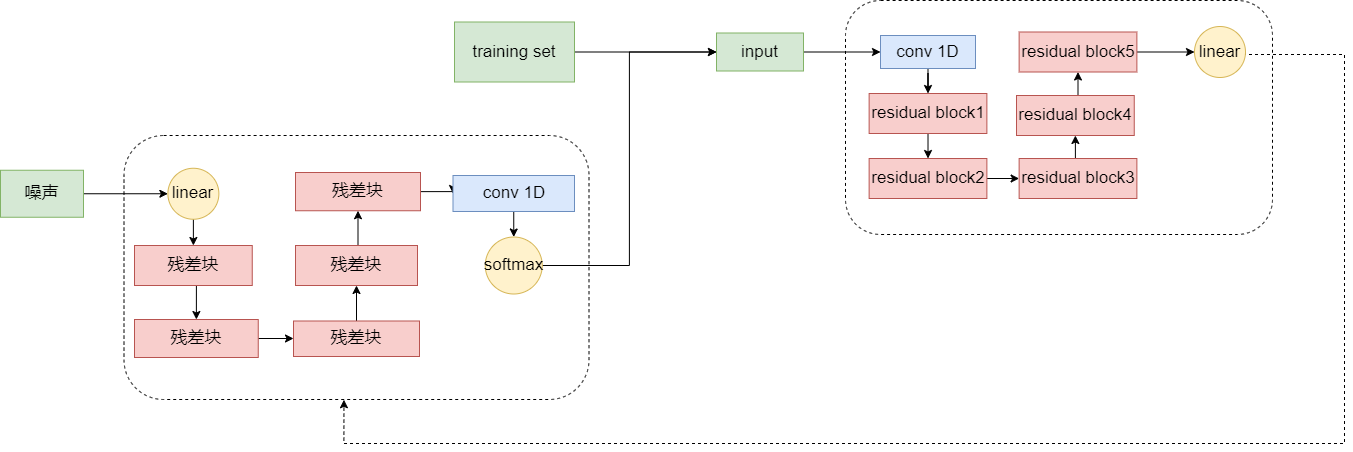
lakomi/pictures keeps this draw.io diagram as passgan-structure.drawio.png. Above is the earlier version. Source tidied: cells renumbered, new cells last; positions are measured from the earlier drawing's top-left corner, leaving out a move shared by most shapes.
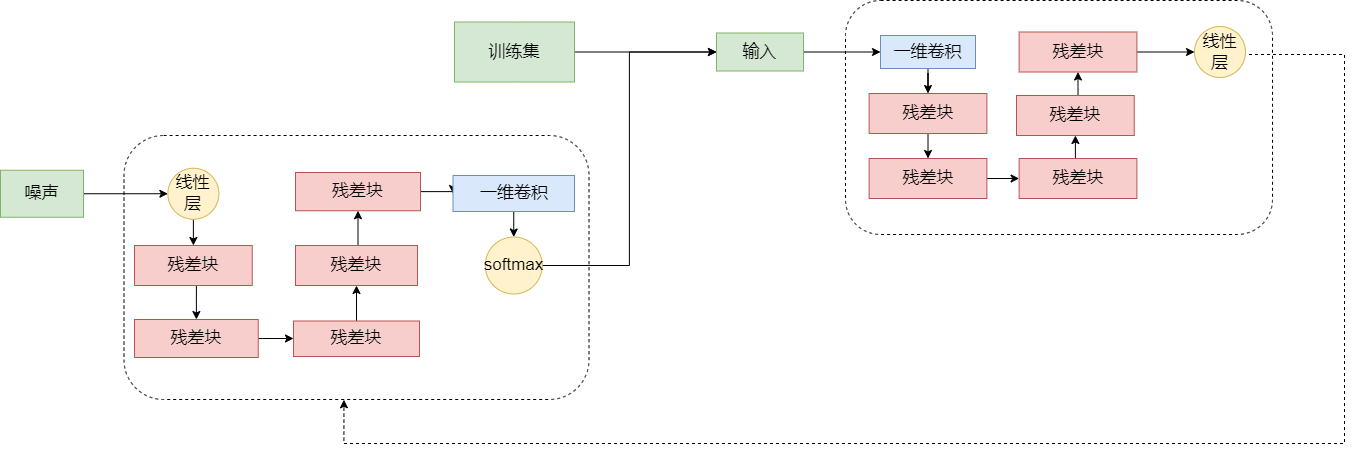
The same diagram one commit later.

Diff of the diagram source:
```diff
@@ -14,7 +14,7 @@
     <mxCell id="5" style="edgeStyle=orthogonalEdgeStyle;rounded=0;jettySize=auto;html=1;exitX=0.5;exitY=1;exitDx=0;exitDy=0;entryX=0.5;entryY=0;entryDx=0;entryDy=0;fontSize=17;" parent="1" edge="1" source="6" target="8">
       <mxGeometry relative="1" as="geometry" />
     </mxCell>
-    <mxCell id="6" value="linear" style="ellipse;whiteSpace=wrap;html=1;fontSize=17;fillColor=#fff2cc;strokeColor=#d6b656;" parent="1" vertex="1">
+    <mxCell id="6" value="线性层" style="ellipse;whiteSpace=wrap;html=1;fontSize=17;fillColor=#fff2cc;strokeColor=#d6b656;" parent="1" vertex="1">
       <mxGeometry x="167.4" y="167.8" width="51" height="51" as="geometry" />
     </mxCell>
     <mxCell id="7" style="edgeStyle=orthogonalEdgeStyle;rounded=0;jettySize=auto;html=1;exitX=0.5;exitY=1;exitDx=0;exitDy=0;entryX=0.5;entryY=0;entryDx=0;entryDy=0;fontSize=17;" parent="1" edge="1" source="8" target="10">
@@ -50,7 +50,7 @@
     <mxCell id="17" style="edgeStyle=orthogonalEdgeStyle;rounded=0;jettySize=auto;html=1;exitX=0.5;exitY=1;exitDx=0;exitDy=0;entryX=0.5;entryY=0;entryDx=0;entryDy=0;fontSize=17;" parent="1" edge="1" source="18" target="20">
       <mxGeometry relative="1" as="geometry" />
     </mxCell>
-    <mxCell id="18" value="conv 1D" style="rounded=0;whiteSpace=wrap;html=1;fontSize=17;fillColor=#dae8fc;strokeColor=#6c8ebf;" parent="1" vertex="1">
+    <mxCell id="18" value="一维卷积" style="rounded=0;whiteSpace=wrap;html=1;fontSize=17;fillColor=#dae8fc;strokeColor=#6c8ebf;" parent="1" vertex="1">
       <mxGeometry x="452.5" y="175" width="121.5" height="36" as="geometry" />
     </mxCell>
     <mxCell id="19" style="edgeStyle=orthogonalEdgeStyle;rounded=0;jettySize=auto;html=1;exitX=1;exitY=0.5;exitDx=0;exitDy=0;entryX=0;entryY=0.5;entryDx=0;entryDy=0;fontSize=17;" parent="1" edge="1" source="20" target="23">
@@ -65,49 +65,49 @@
     <mxCell id="22" style="edgeStyle=orthogonalEdgeStyle;rounded=0;jettySize=auto;html=1;exitX=1;exitY=0.5;exitDx=0;exitDy=0;entryX=0;entryY=0.5;entryDx=0;entryDy=0;fontSize=17;" parent="1" edge="1" source="23" target="27">
       <mxGeometry relative="1" as="geometry" />
     </mxCell>
-    <mxCell id="23" value="input" style="rounded=0;whiteSpace=wrap;html=1;fontSize=17;fillColor=#d5e8d4;strokeColor=#82b366;" parent="1" vertex="1">
+    <mxCell id="23" value="输入" style="rounded=0;whiteSpace=wrap;html=1;fontSize=17;fillColor=#d5e8d4;strokeColor=#82b366;" parent="1" vertex="1">
       <mxGeometry x="716" y="32.5" width="87" height="38" as="geometry" />
     </mxCell>
     <mxCell id="24" style="edgeStyle=orthogonalEdgeStyle;rounded=0;jettySize=auto;html=1;exitX=1;exitY=0.5;exitDx=0;exitDy=0;entryX=0;entryY=0.5;entryDx=0;entryDy=0;fontSize=17;" parent="1" edge="1" source="25" target="23">
       <mxGeometry relative="1" as="geometry" />
     </mxCell>
-    <mxCell id="25" value="training set" style="rounded=0;whiteSpace=wrap;html=1;fontSize=17;fillColor=#d5e8d4;strokeColor=#82b366;" parent="1" vertex="1">
+    <mxCell id="25" value="训练集" style="rounded=0;whiteSpace=wrap;html=1;fontSize=17;fillColor=#d5e8d4;strokeColor=#82b366;" parent="1" vertex="1">
       <mxGeometry x="454" y="21.5" width="120" height="60" as="geometry" />
     </mxCell>
     <mxCell id="26" style="edgeStyle=orthogonalEdgeStyle;rounded=0;jettySize=auto;html=1;exitX=0.5;exitY=1;exitDx=0;exitDy=0;fontSize=17;" parent="1" edge="1" source="27" target="29">
       <mxGeometry relative="1" as="geometry" />
     </mxCell>
-    <mxCell id="27" value="conv 1D" style="rounded=0;whiteSpace=wrap;html=1;fontSize=17;fillColor=#dae8fc;strokeColor=#6c8ebf;" parent="1" vertex="1">
+    <mxCell id="27" value="一维卷积" style="rounded=0;whiteSpace=wrap;html=1;fontSize=17;fillColor=#dae8fc;strokeColor=#6c8ebf;" parent="1" vertex="1">
       <mxGeometry x="880" y="35" width="95" height="33" as="geometry" />
     </mxCell>
     <mxCell id="28" style="edgeStyle=orthogonalEdgeStyle;rounded=0;jettySize=auto;html=1;exitX=0.5;exitY=1;exitDx=0;exitDy=0;entryX=0.5;entryY=0;entryDx=0;entryDy=0;fontSize=17;" parent="1" edge="1" source="29" target="31">
       <mxGeometry relative="1" as="geometry" />
     </mxCell>
-    <mxCell id="29" value="residual block1" style="rounded=0;whiteSpace=wrap;html=1;fontSize=17;fillColor=#f8cecc;strokeColor=#b85450;" parent="1" vertex="1">
+    <mxCell id="29" value="残差块" style="rounded=0;whiteSpace=wrap;html=1;fontSize=17;fillColor=#f8cecc;strokeColor=#b85450;" parent="1" vertex="1">
       <mxGeometry x="868.6" y="93" width="117.8" height="40" as="geometry" />
     </mxCell>
     <mxCell id="30" style="edgeStyle=orthogonalEdgeStyle;rounded=0;jettySize=auto;html=1;exitX=1;exitY=0.5;exitDx=0;exitDy=0;entryX=0;entryY=0.5;entryDx=0;entryDy=0;fontSize=17;" parent="1" edge="1" source="31" target="33">
       <mxGeometry relative="1" as="geometry" />
     </mxCell>
-    <mxCell id="31" value="residual block2" style="rounded=0;whiteSpace=wrap;html=1;fontSize=17;fillColor=#f8cecc;strokeColor=#b85450;" parent="1" vertex="1">
+    <mxCell id="31" value="残差块" style="rounded=0;whiteSpace=wrap;html=1;fontSize=17;fillColor=#f8cecc;strokeColor=#b85450;" parent="1" vertex="1">
       <mxGeometry x="868.6" y="158" width="117.8" height="40" as="geometry" />
     </mxCell>
     <mxCell id="32" style="edgeStyle=orthogonalEdgeStyle;rounded=0;jettySize=auto;html=1;exitX=0.5;exitY=0;exitDx=0;exitDy=0;entryX=0.5;entryY=1;entryDx=0;entryDy=0;fontSize=17;" parent="1" edge="1" source="33" target="35">
       <mxGeometry relative="1" as="geometry" />
     </mxCell>
-    <mxCell id="33" value="residual block3" style="rounded=0;whiteSpace=wrap;html=1;fontSize=17;fillColor=#f8cecc;strokeColor=#b85450;" parent="1" vertex="1">
+    <mxCell id="33" value="残差块" style="rounded=0;whiteSpace=wrap;html=1;fontSize=17;fillColor=#f8cecc;strokeColor=#b85450;" parent="1" vertex="1">
       <mxGeometry x="1018.6" y="158" width="117.8" height="40" as="geometry" />
     </mxCell>
     <mxCell id="34" style="edgeStyle=orthogonalEdgeStyle;rounded=0;jettySize=auto;html=1;exitX=0.5;exitY=0;exitDx=0;exitDy=0;entryX=0.5;entryY=1;entryDx=0;entryDy=0;fontSize=17;" parent="1" edge="1" source="35" target="37">
       <mxGeometry relative="1" as="geometry" />
     </mxCell>
-    <mxCell id="35" value="residual block4" style="rounded=0;whiteSpace=wrap;html=1;fontSize=17;fillColor=#f8cecc;strokeColor=#b85450;" parent="1" vertex="1">
+    <mxCell id="35" value="残差块" style="rounded=0;whiteSpace=wrap;html=1;fontSize=17;fillColor=#f8cecc;strokeColor=#b85450;" parent="1" vertex="1">
       <mxGeometry x="1016" y="95" width="117.8" height="40" as="geometry" />
     </mxCell>
     <mxCell id="36" style="edgeStyle=orthogonalEdgeStyle;rounded=0;jettySize=auto;html=1;exitX=1;exitY=0.5;exitDx=0;exitDy=0;entryX=0;entryY=0.5;entryDx=0;entryDy=0;fontSize=17;" parent="1" edge="1" source="37" target="39">
       <mxGeometry relative="1" as="geometry" />
     </mxCell>
-    <mxCell id="37" value="residual block5" style="rounded=0;whiteSpace=wrap;html=1;fontSize=17;fillColor=#f8cecc;strokeColor=#b85450;" parent="1" vertex="1">
+    <mxCell id="37" value="残差块" style="rounded=0;whiteSpace=wrap;html=1;fontSize=17;fillColor=#f8cecc;strokeColor=#b85450;" parent="1" vertex="1">
       <mxGeometry x="1018.6" y="31.5" width="117.8" height="40" as="geometry" />
     </mxCell>
     <mxCell id="38" style="edgeStyle=orthogonalEdgeStyle;rounded=0;jettySize=auto;html=1;exitX=1;exitY=0.5;exitDx=0;exitDy=0;entryX=0.473;entryY=1.001;entryDx=0;entryDy=0;entryPerimeter=0;fontSize=17;dashed=1;" parent="1" edge="1" source="39" target="2">
@@ -119,7 +119,7 @@
         </Array>
       </mxGeometry>
     </mxCell>
-    <mxCell id="39" value="linear" style="ellipse;whiteSpace=wrap;html=1;fontSize=17;fillColor=#fff2cc;strokeColor=#d6b656;" parent="1" vertex="1">
+    <mxCell id="39" value="线性层" style="ellipse;whiteSpace=wrap;html=1;fontSize=17;fillColor=#fff2cc;strokeColor=#d6b656;" parent="1" vertex="1">
       <mxGeometry x="1194" y="26" width="51" height="51" as="geometry" />
     </mxCell>
   </root>
```
